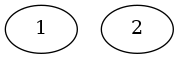
Earlier version of the Graphviz export graphs/N-DIGaPJD2.gv.png (NurElHuda/P2P). Its source is kept beside it as graphs/N-DIGaPJD2.gv. The source it was exported from:
```dot
digraph "N-DIGaPJD2" {
	1
	2
}
```
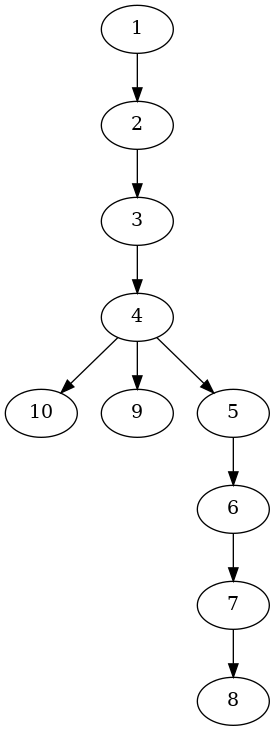
The same file after the commit.

What changed in the source:
```diff
@@ -1,4 +1,21 @@
 digraph "N-DIGaPJD2" {
+	10
+	4 -> 10
+	9
+	4 -> 9
+	8
+	7 -> 8
+	7
+	6 -> 7
+	6
+	5 -> 6
+	5
+	4 -> 5
+	4
+	3 -> 4
+	3
+	2 -> 3
+	2
+	1 -> 2
 	1
-	2
 }
```
